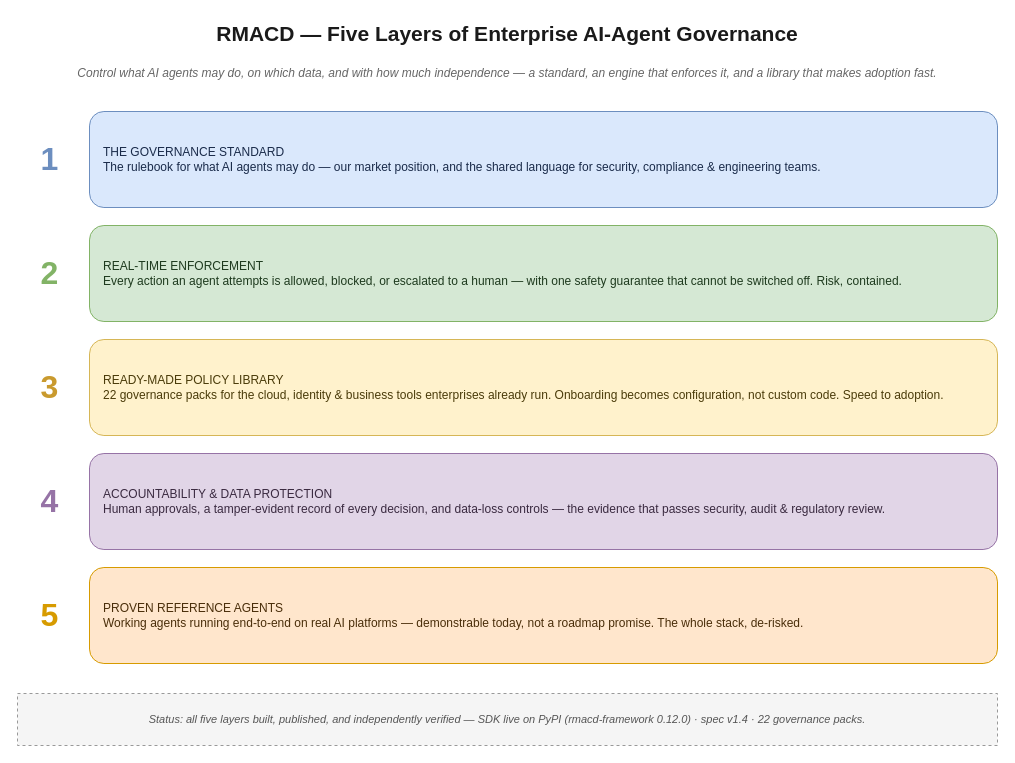
rmacdframework/spec keeps this draw.io diagram as docs/RMACD_Layers_Overview.drawio. Above is the earlier version. Source tidied: cells renumbered, new cells numbered last; positions are measured from the earlier drawing's top-left corner, leaving out a move shared by most shapes. Both pictures are drawn from the tidied source at 100%, with x=0, y=0 at pixel (17, 17).
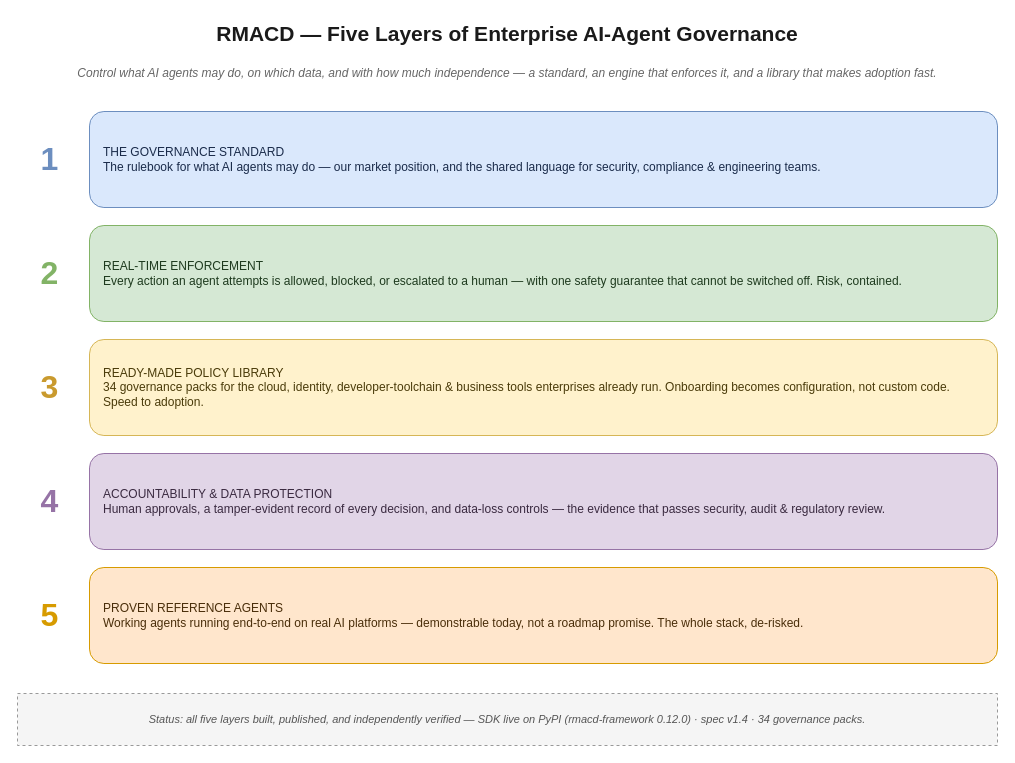
The same diagram, later.

Change to the diagram source:
```diff
@@
 <mxGraphModel>
   <root>
     <mxCell id="0" />
     <mxCell id="1" parent="0" />
     <mxCell id="2" value="RMACD — Five Layers of Enterprise AI-Agent Governance" style="text;html=1;align=center;verticalAlign=middle;whiteSpace=wrap;fontSize=21;fontStyle=1;fontColor=#1A1A1A;" parent="1" vertex="1">
       <mxGeometry width="980" height="32" as="geometry" />
     </mxCell>
     <mxCell id="3" value="Control what AI agents may do, on which data, and with how much independence — a standard, an engine that enforces it, and a library that makes adoption fast." style="text;html=1;align=center;verticalAlign=middle;whiteSpace=wrap;fontSize=12;fontStyle=2;fontColor=#666666;" parent="1" vertex="1">
       <mxGeometry x="30" y="36" width="920" height="40" as="geometry" />
     </mxCell>
     <mxCell id="4" value="1" style="text;html=1;align=center;verticalAlign=middle;fontSize=32;fontStyle=1;fontColor=#6C8EBF;" parent="1" vertex="1">
       <mxGeometry y="94" width="64" height="96" as="geometry" />
     </mxCell>
     <mxCell id="5" value="THE GOVERNANCE STANDARD&#10;The rulebook for what AI agents may do — our market position, and the shared language for security, compliance &amp; engineering teams." style="rounded=1;whiteSpace=wrap;html=1;fillColor=#DAE8FC;strokeColor=#6C8EBF;fontSize=12;fontColor=#1A2B4A;align=left;verticalAlign=middle;spacingLeft=12;spacingRight=10;" parent="1" vertex="1">
       <mxGeometry x="72" y="94" width="908" height="96" as="geometry" />
     </mxCell>
     <mxCell id="6" value="2" style="text;html=1;align=center;verticalAlign=middle;fontSize=32;fontStyle=1;fontColor=#82B366;" parent="1" vertex="1">
       <mxGeometry y="208" width="64" height="96" as="geometry" />
     </mxCell>
     <mxCell id="7" value="REAL-TIME ENFORCEMENT&#10;Every action an agent attempts is allowed, blocked, or escalated to a human — with one safety guarantee that cannot be switched off. Risk, contained." style="rounded=1;whiteSpace=wrap;html=1;fillColor=#D5E8D4;strokeColor=#82B366;fontSize=12;fontColor=#1E3A1E;align=left;verticalAlign=middle;spacingLeft=12;spacingRight=10;" parent="1" vertex="1">
       <mxGeometry x="72" y="208" width="908" height="96" as="geometry" />
     </mxCell>
     <mxCell id="8" value="3" style="text;html=1;align=center;verticalAlign=middle;fontSize=32;fontStyle=1;fontColor=#C99A2E;" parent="1" vertex="1">
       <mxGeometry y="322" width="64" height="96" as="geometry" />
     </mxCell>
-    <mxCell id="9" value="READY-MADE POLICY LIBRARY&#10;22 governance packs for the cloud, identity &amp; business tools enterprises already run. Onboarding becomes configuration, not custom code. Speed to adoption." style="rounded=1;whiteSpace=wrap;html=1;fillColor=#FFF2CC;strokeColor=#D6B656;fontSize=12;fontColor=#4A3B0A;align=left;verticalAlign=middle;spacingLeft=12;spacingRight=10;" parent="1" vertex="1">
+    <mxCell id="9" value="READY-MADE POLICY LIBRARY&#10;34 governance packs for the cloud, identity, developer-toolchain &amp; business tools enterprises already run. Onboarding becomes configuration, not custom code. Speed to adoption." style="rounded=1;whiteSpace=wrap;html=1;fillColor=#FFF2CC;strokeColor=#D6B656;fontSize=12;fontColor=#4A3B0A;align=left;verticalAlign=middle;spacingLeft=12;spacingRight=10;" parent="1" vertex="1">
       <mxGeometry x="72" y="322" width="908" height="96" as="geometry" />
     </mxCell>
     <mxCell id="10" value="4" style="text;html=1;align=center;verticalAlign=middle;fontSize=32;fontStyle=1;fontColor=#9673A6;" parent="1" vertex="1">
       <mxGeometry y="436" width="64" height="96" as="geometry" />
     </mxCell>
     <mxCell id="11" value="ACCOUNTABILITY &amp; DATA PROTECTION&#10;Human approvals, a tamper-evident record of every decision, and data-loss controls — the evidence that passes security, audit &amp; regulatory review." style="rounded=1;whiteSpace=wrap;html=1;fillColor=#E1D5E7;strokeColor=#9673A6;fontSize=12;fontColor=#3A2A40;align=left;verticalAlign=middle;spacingLeft=12;spacingRight=10;" parent="1" vertex="1">
       <mxGeometry x="72" y="436" width="908" height="96" as="geometry" />
     </mxCell>
     <mxCell id="12" value="5" style="text;html=1;align=center;verticalAlign=middle;fontSize=32;fontStyle=1;fontColor=#D79B00;" parent="1" vertex="1">
       <mxGeometry y="550" width="64" height="96" as="geometry" />
     </mxCell>
     <mxCell id="13" value="PROVEN REFERENCE AGENTS&#10;Working agents running end-to-end on real AI platforms — demonstrable today, not a roadmap promise. The whole stack, de-risked." style="rounded=1;whiteSpace=wrap;html=1;fillColor=#FFE6CC;strokeColor=#D79B00;fontSize=12;fontColor=#4A2E0A;align=left;verticalAlign=middle;spacingLeft=12;spacingRight=10;" parent="1" vertex="1">
       <mxGeometry x="72" y="550" width="908" height="96" as="geometry" />
     </mxCell>
-    <mxCell id="14" value="Status: all five layers built, published, and independently verified — SDK live on PyPI (rmacd-framework 0.12.0) · spec v1.4 · 22 governance packs." style="rounded=0;whiteSpace=wrap;html=1;dashed=1;fillColor=#F5F5F5;strokeColor=#999999;fontSize=11;fontStyle=2;fontColor=#555555;align=center;verticalAlign=middle;" parent="1" vertex="1">
+    <mxCell id="14" value="Status: all five layers built, published, and independently verified — SDK live on PyPI (rmacd-framework 0.12.0) · spec v1.4 · 34 governance packs." style="rounded=0;whiteSpace=wrap;html=1;dashed=1;fillColor=#F5F5F5;strokeColor=#999999;fontSize=11;fontStyle=2;fontColor=#555555;align=center;verticalAlign=middle;" parent="1" vertex="1">
       <mxGeometry y="676" width="980" height="52" as="geometry" />
     </mxCell>
   </root>
 </mxGraphModel>
```
